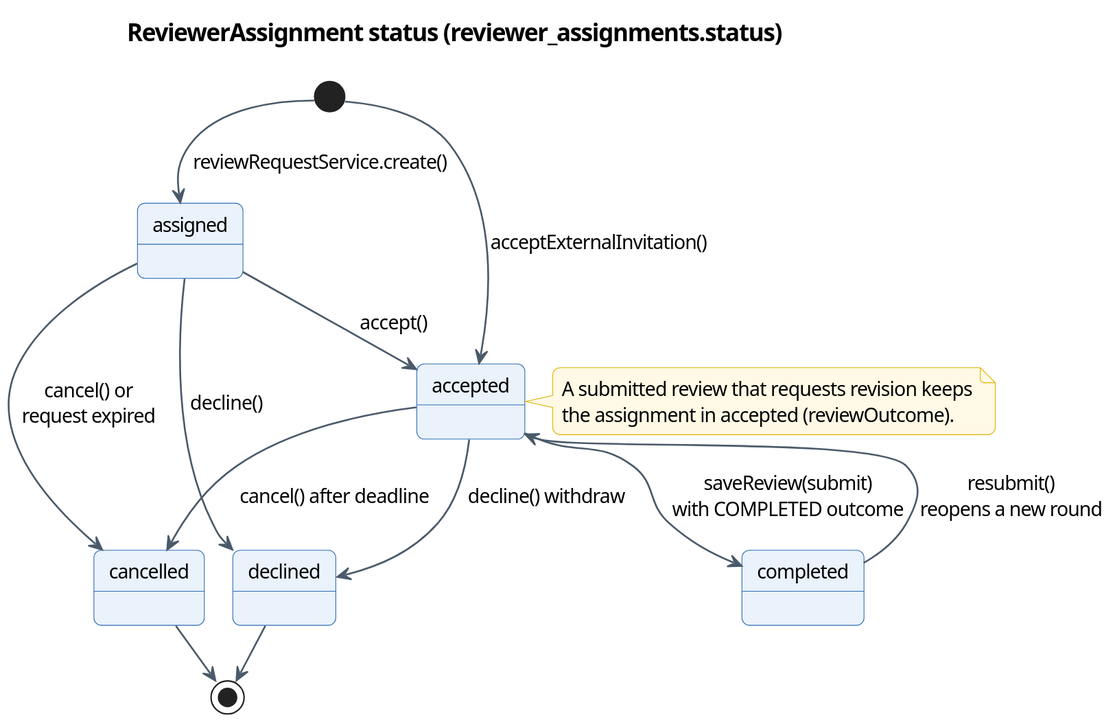
Before: docs/diagrams/report4/R4_State_ReviewerAssignment.svg, a diagram exported from PlantUML (Khoa-Hoa-Technology-Solution-Company/lumi-gap). Source of this version:
```plantuml
@startuml
!pragma layout smetana
skinparam dpi 150
skinparam defaultFontName "Segoe UI"
skinparam defaultFontSize 13
skinparam shadowing false
skinparam roundCorner 10
skinparam ArrowColor #4A5A6A
skinparam ArrowThickness 1.2
skinparam BorderColor #2F6DB5
skinparam BackgroundColor #FFFFFF
skinparam TitleFontSize 16
skinparam TitleFontStyle bold
skinparam usecase {
  BackgroundColor #EAF2FB
  BorderColor #2F6DB5
}
skinparam actor {
  BackgroundColor #FFFFFF
  BorderColor #1B2A3A
}
skinparam class {
  BackgroundColor #F7FAFD
  BorderColor #2F6DB5
  HeaderBackgroundColor #DCE8F6
}
skinparam state {
  BackgroundColor #EAF2FB
  BorderColor #2F6DB5
}
skinparam activity {
  BackgroundColor #EAF2FB
  BorderColor #2F6DB5
  DiamondBackgroundColor #FFF4E5
}
skinparam swimlane {
  BorderColor #9DB3CC
  TitleBackgroundColor #DCE8F6
}
skinparam sequence {
  ParticipantBackgroundColor #EAF2FB
  ParticipantBorderColor #2F6DB5
  LifeLineBorderColor #9DB3CC
  GroupBackgroundColor #F4F7FA
}
skinparam package {
  BackgroundColor #F7F9FC
  BorderColor #9DB3CC
}
skinparam note {
  BackgroundColor #FFF9E5
  BorderColor #E0B200
}
skinparam entity {
  BackgroundColor #F7FAFD
  BorderColor #2F6DB5
}
skinparam rectangle {
  BackgroundColor #F7F9FC
  BorderColor #2F6DB5
}
title ReviewerAssignment status (reviewer_assignments.status)
[*] --> assigned : reviewRequestService.create()
[*] --> accepted : acceptExternalInvitation()
assigned --> accepted : accept()
assigned --> declined : decline()
assigned --> cancelled : cancel() or\nrequest expired
accepted --> declined : decline() withdraw
accepted --> cancelled : cancel() after deadline
accepted --> completed : saveReview(submit)\nwith COMPLETED outcome
completed --> accepted : resubmit()\nreopens a new round
declined --> [*]
cancelled --> [*]
note right of accepted
  A submitted review that requests revision keeps
  the assignment in accepted (reviewOutcome).
end note
@enduml
```
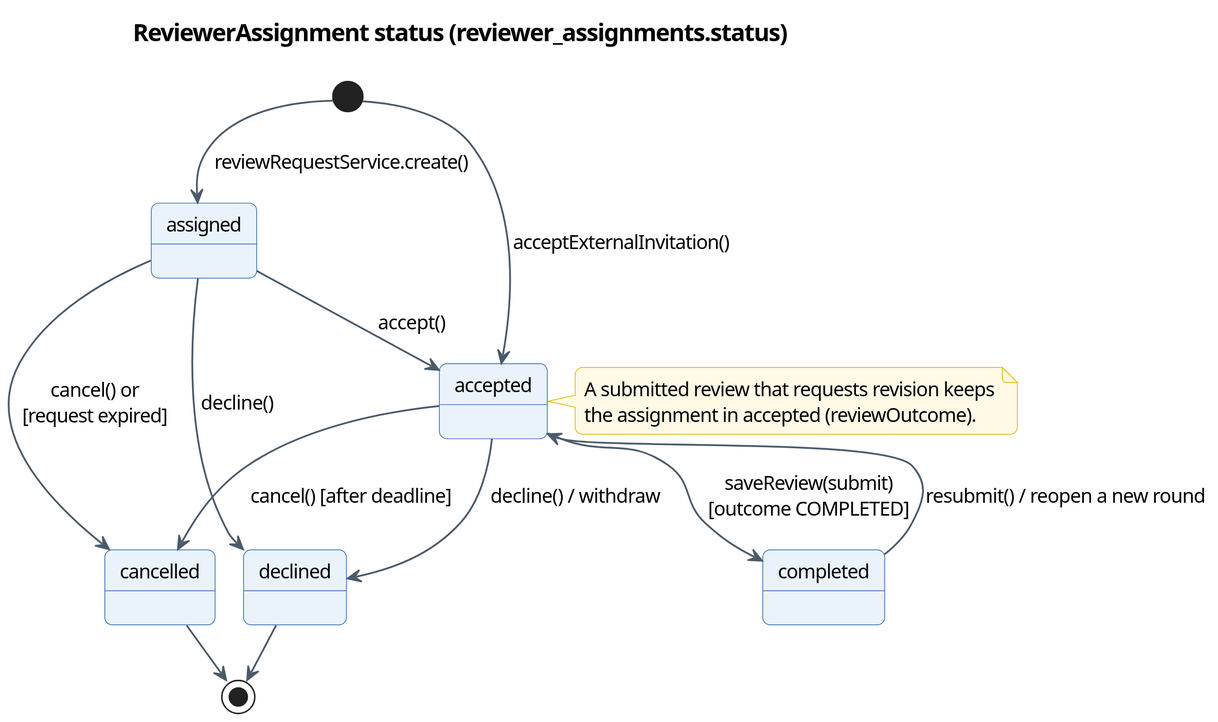
After the change.

Diff of the diagram source:
```diff
@@ -1,6 +1,6 @@
 @startuml
 !pragma layout smetana
-skinparam dpi 150
+skinparam dpi 200
 skinparam defaultFontName "Segoe UI"
 skinparam defaultFontSize 13
 skinparam shadowing false
@@ -64,11 +64,11 @@
 [*] --> accepted : acceptExternalInvitation()
 assigned --> accepted : accept()
 assigned --> declined : decline()
-assigned --> cancelled : cancel() or\nrequest expired
-accepted --> declined : decline() withdraw
-accepted --> cancelled : cancel() after deadline
-accepted --> completed : saveReview(submit)\nwith COMPLETED outcome
-completed --> accepted : resubmit()\nreopens a new round
+assigned --> cancelled : cancel() or\n[request expired]
+accepted --> declined : decline() / withdraw
+accepted --> cancelled : cancel() [after deadline]
+accepted --> completed : saveReview(submit)\n[outcome COMPLETED]
+completed --> accepted : resubmit() / reopen a new round
 declined --> [*]
 cancelled --> [*]
 note right of accepted
```
